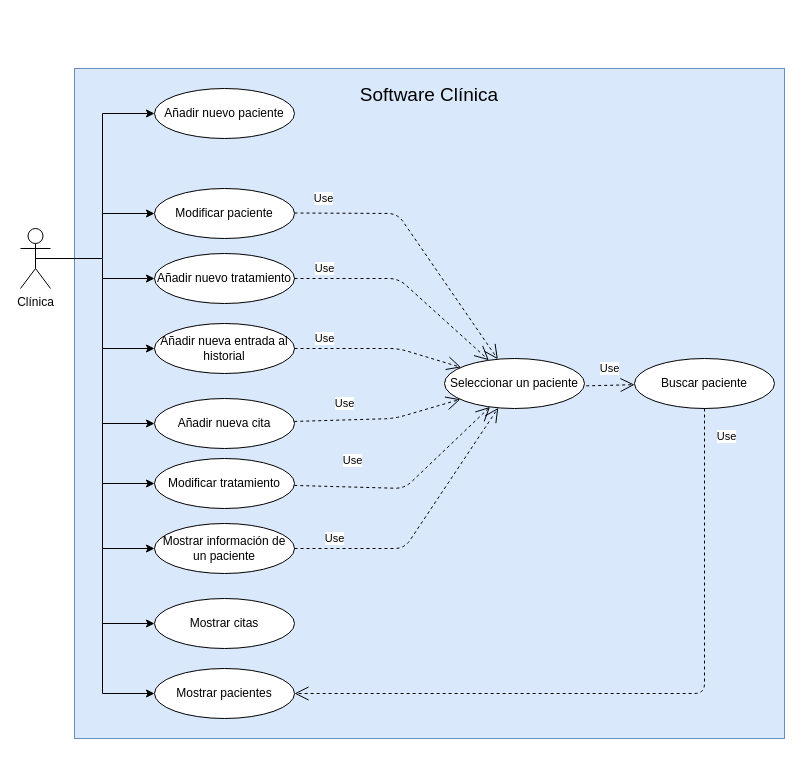
Earlier version of the draw.io diagram requisitos/casos_de_uso/DiagramaCasosDeUso.drawio (Jose134/is-clinica). Source tidied: cells renumbered, new cells numbered last; positions are measured from the earlier drawing's top-left corner, leaving out a move shared by most shapes. Both pictures are drawn from the tidied source at 100%, with x=0, y=0 at pixel (20, 68).
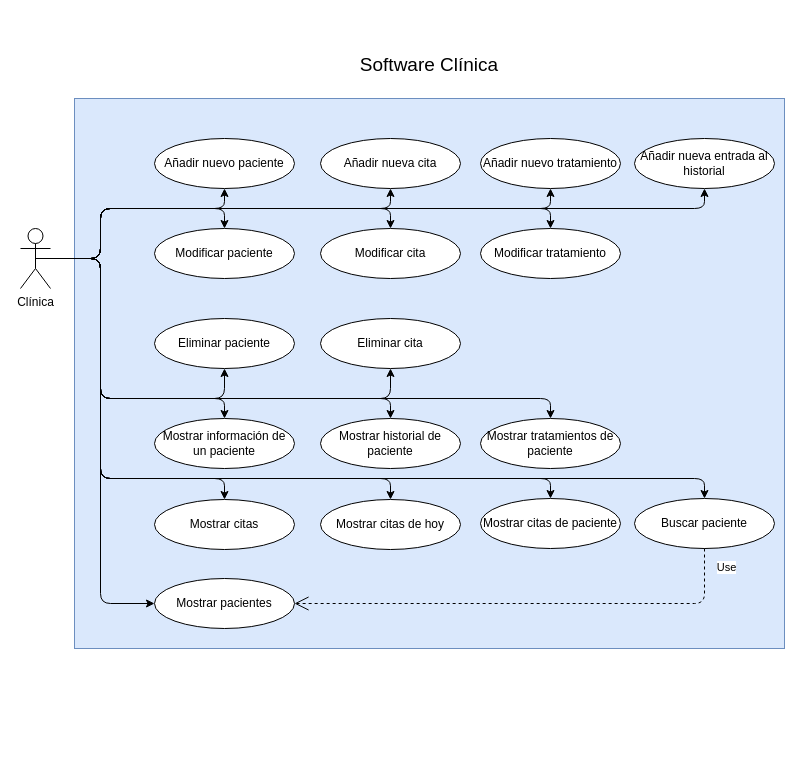
The same page after the edit.

Diff of the diagram source:
```diff
@@
     <mxCell id="2" value="&lt;div style=&quot;font-size: 19px ; line-height: 500%&quot; align=&quot;center&quot;&gt;Software Clínica&lt;/div&gt;&lt;div style=&quot;font-size: 19px ; line-height: 500%&quot; align=&quot;center&quot;&gt;&lt;br&gt;&lt;/div&gt;&lt;div style=&quot;font-size: 19px ; line-height: 500%&quot; align=&quot;center&quot;&gt;&lt;br&gt;&lt;/div&gt;&lt;div style=&quot;font-size: 19px ; line-height: 500%&quot; align=&quot;center&quot;&gt;&lt;br&gt;&lt;/div&gt;&lt;div style=&quot;font-size: 19px ; line-height: 500%&quot; align=&quot;center&quot;&gt;&lt;br&gt;&lt;/div&gt;&lt;div style=&quot;font-size: 19px ; line-height: 500%&quot; align=&quot;center&quot;&gt;&lt;br&gt;&lt;/div&gt;&lt;div style=&quot;font-size: 19px ; line-height: 250%&quot; align=&quot;center&quot;&gt;&lt;br&gt;&lt;/div&gt;&lt;div style=&quot;font-size: 19px ; line-height: 250%&quot; align=&quot;center&quot;&gt;&lt;br&gt;&lt;/div&gt;&lt;div style=&quot;font-size: 19px ; line-height: 250%&quot; align=&quot;center&quot;&gt;&lt;br&gt;&lt;/div&gt;" style="rounded=0;whiteSpace=wrap;html=1;fillColor=#dae8fc;strokeColor=#6c8ebf;align=center;" parent="1" vertex="1">
-      <mxGeometry x="54" width="710" height="670" as="geometry" />
+      <mxGeometry x="54" y="30" width="710" height="550" as="geometry" />
     </mxCell>
     <mxCell id="3" value="&lt;div&gt;Mostrar pacientes&lt;/div&gt;" style="ellipse;whiteSpace=wrap;html=1;" parent="1" vertex="1">
-      <mxGeometry x="134" y="600" width="140" height="50" as="geometry" />
+      <mxGeometry x="134" y="510" width="140" height="50" as="geometry" />
     </mxCell>
     <mxCell id="4" value="Añadir nuevo paciente" style="ellipse;whiteSpace=wrap;html=1;" parent="1" vertex="1">
-      <mxGeometry x="134" y="20" width="140" height="50" as="geometry" />
+      <mxGeometry x="134" y="70" width="140" height="50" as="geometry" />
     </mxCell>
     <mxCell id="5" value="&lt;div&gt;Añadir nueva cita&lt;/div&gt;" style="ellipse;whiteSpace=wrap;html=1;" parent="1" vertex="1">
-      <mxGeometry x="134" y="330" width="140" height="50" as="geometry" />
+      <mxGeometry x="300" y="70" width="140" height="50" as="geometry" />
     </mxCell>
     <mxCell id="6" value="Añadir nuevo tratamiento" style="ellipse;whiteSpace=wrap;html=1;" parent="1" vertex="1">
-      <mxGeometry x="134" y="185" width="140" height="50" as="geometry" />
+      <mxGeometry x="460" y="70" width="140" height="50" as="geometry" />
     </mxCell>
     <mxCell id="7" value="&lt;div&gt;Añadir nueva entrada al historial&lt;/div&gt;" style="ellipse;whiteSpace=wrap;html=1;" parent="1" vertex="1">
-      <mxGeometry x="134" y="255" width="140" height="50" as="geometry" />
+      <mxGeometry x="614" y="70" width="140" height="50" as="geometry" />
     </mxCell>
     <mxCell id="8" value="&lt;div&gt;Mostrar citas&lt;/div&gt;" style="ellipse;whiteSpace=wrap;html=1;" parent="1" vertex="1">
-      <mxGeometry x="134" y="530" width="140" height="50" as="geometry" />
+      <mxGeometry x="134" y="431" width="140" height="50" as="geometry" />
     </mxCell>
-    <mxCell id="9" value="Seleccionar un paciente" style="ellipse;whiteSpace=wrap;html=1;" parent="1" vertex="1">
-      <mxGeometry x="424" y="290" width="140" height="50" as="geometry" />
-    </mxCell>
     <mxCell id="10" value="Mostrar información de un paciente" style="ellipse;whiteSpace=wrap;html=1;" parent="1" vertex="1">
-      <mxGeometry x="134" y="455" width="140" height="50" as="geometry" />
+      <mxGeometry x="134" y="350" width="140" height="50" as="geometry" />
     </mxCell>
     <mxCell id="11" value="Modificar paciente" style="ellipse;whiteSpace=wrap;html=1;" parent="1" vertex="1">
-      <mxGeometry x="134" y="120" width="140" height="50" as="geometry" />
+      <mxGeometry x="134" y="160" width="140" height="50" as="geometry" />
     </mxCell>
     <mxCell id="12" value="Modificar tratamiento" style="ellipse;whiteSpace=wrap;html=1;" parent="1" vertex="1">
-      <mxGeometry x="134" y="390" width="140" height="50" as="geometry" />
+      <mxGeometry x="460" y="160" width="140" height="50" as="geometry" />
     </mxCell>
     <mxCell id="13" value="Buscar paciente" style="ellipse;whiteSpace=wrap;html=1;" parent="1" vertex="1">
-      <mxGeometry x="614" y="290" width="140" height="50" as="geometry" />
+      <mxGeometry x="614" y="430" width="140" height="50" as="geometry" />
     </mxCell>
+    <mxCell id="23" value="Clínica" style="shape=umlActor;verticalLabelPosition=bottom;labelBackgroundColor=#ffffff;verticalAlign=top;html=1;outlineConnect=0;" parent="1" vertex="1">
+      <mxGeometry y="160" width="30" height="60" as="geometry" />
+    </mxCell>
+    <mxCell id="31" value="Use" style="endArrow=open;endSize=12;dashed=1;html=1;entryX=1;entryY=0.5;entryDx=0;entryDy=0;" parent="1" edge="1" source="13" target="3">
+      <mxGeometry x="-0.92" y="22" relative="1" as="geometry">
+        <Array as="points">
+          <mxPoint x="684" y="535" />
+        </Array>
+      </mxGeometry>
+    </mxCell>
+    <mxCell id="32" value="&lt;div&gt;Modificar cita&lt;/div&gt;" style="ellipse;whiteSpace=wrap;html=1;" parent="1" vertex="1">
+      <mxGeometry x="300" y="160" width="140" height="50" as="geometry" />
+    </mxCell>
+    <mxCell id="33" value="&lt;div&gt;Mostrar citas de hoy&lt;/div&gt;" style="ellipse;whiteSpace=wrap;html=1;" parent="1" vertex="1">
+      <mxGeometry x="300" y="431" width="140" height="50" as="geometry" />
+    </mxCell>
+    <mxCell id="34" value="Mostrar citas de paciente" style="ellipse;whiteSpace=wrap;html=1;" parent="1" vertex="1">
+      <mxGeometry x="460" y="430" width="140" height="50" as="geometry" />
+    </mxCell>
+    <mxCell id="35" value="Mostrar tratamientos de paciente" style="ellipse;whiteSpace=wrap;html=1;" parent="1" vertex="1">
+      <mxGeometry x="460" y="350" width="140" height="50" as="geometry" />
+    </mxCell>
+    <mxCell id="36" value="Mostrar historial de paciente" style="ellipse;whiteSpace=wrap;html=1;" parent="1" vertex="1">
+      <mxGeometry x="300" y="350" width="140" height="50" as="geometry" />
+    </mxCell>
+    <mxCell id="37" value="Eliminar cita" style="ellipse;whiteSpace=wrap;html=1;" parent="1" vertex="1">
+      <mxGeometry x="300" y="250" width="140" height="50" as="geometry" />
+    </mxCell>
+    <mxCell id="38" value="Eliminar paciente" style="ellipse;whiteSpace=wrap;html=1;" parent="1" vertex="1">
+      <mxGeometry x="134" y="250" width="140" height="50" as="geometry" />
+    </mxCell>
-    <mxCell id="14" style="edgeStyle=orthogonalEdgeStyle;rounded=0;jettySize=auto;html=1;exitX=0.5;exitY=0.5;exitDx=0;exitDy=0;exitPerimeter=0;entryX=0;entryY=0.5;entryDx=0;entryDy=0;" parent="1" edge="1" source="23" target="4">
-      <mxGeometry relative="1" as="geometry" />
+    <mxCell id="14" style="endArrow=classic;html=1;exitX=0.5;exitY=0.5;exitDx=0;exitDy=0;exitPerimeter=0;entryX=0.5;entryY=1;entryDx=0;entryDy=0;" parent="1" edge="1" source="23" target="4">
+      <mxGeometry relative="1" as="geometry">
+        <Array as="points">
+          <mxPoint x="80" y="190" />
+          <mxPoint x="80" y="140" />
+          <mxPoint x="204" y="140" />
+        </Array>
+      </mxGeometry>
     </mxCell>
-    <mxCell id="15" style="edgeStyle=orthogonalEdgeStyle;rounded=0;jettySize=auto;html=1;exitX=0.5;exitY=0.5;exitDx=0;exitDy=0;exitPerimeter=0;" parent="1" edge="1" source="23" target="11">
-      <mxGeometry relative="1" as="geometry" />
+    <mxCell id="15" style="endArrow=classic;html=1;exitX=0.5;exitY=0.5;exitDx=0;exitDy=0;exitPerimeter=0;entryX=0.5;entryY=0;entryDx=0;entryDy=0;" parent="1" edge="1" source="23" target="11">
+      <mxGeometry relative="1" as="geometry">
+        <Array as="points">
+          <mxPoint x="80" y="190" />
+          <mxPoint x="80" y="140" />
+          <mxPoint x="204" y="140" />
+        </Array>
+      </mxGeometry>
     </mxCell>
+    <mxCell id="18" style="endArrow=classic;html=1;exitX=0.5;exitY=0.5;exitDx=0;exitDy=0;exitPerimeter=0;entryX=0.5;entryY=1;entryDx=0;entryDy=0;" parent="1" edge="1" source="23" target="5">
+      <mxGeometry relative="1" as="geometry">
+        <Array as="points">
+          <mxPoint x="80" y="190" />
+          <mxPoint x="80" y="140" />
+          <mxPoint x="370" y="140" />
+        </Array>
+      </mxGeometry>
+    </mxCell>
+    <mxCell id="39" style="endArrow=classic;html=1;exitX=0.5;exitY=0.5;exitDx=0;exitDy=0;exitPerimeter=0;entryX=0.5;entryY=0;entryDx=0;entryDy=0;" parent="1" edge="1" source="23" target="32">
+      <mxGeometry relative="1" as="geometry">
+        <Array as="points">
+          <mxPoint x="80" y="190" />
+          <mxPoint x="80" y="140" />
+          <mxPoint x="370" y="140" />
+        </Array>
+      </mxGeometry>
+    </mxCell>
+    <mxCell id="40" style="endArrow=classic;html=1;exitX=0.5;exitY=0.5;exitDx=0;exitDy=0;exitPerimeter=0;entryX=0.5;entryY=0;entryDx=0;entryDy=0;" parent="1" edge="1" target="12">
+      <mxGeometry relative="1" as="geometry">
+        <mxPoint x="15" y="190" as="sourcePoint" />
+        <Array as="points">
+          <mxPoint x="80" y="190" />
+          <mxPoint x="80" y="140" />
+          <mxPoint x="530" y="140" />
+        </Array>
+      </mxGeometry>
+    </mxCell>
-    <mxCell id="16" style="edgeStyle=orthogonalEdgeStyle;rounded=0;jettySize=auto;html=1;exitX=0.5;exitY=0.5;exitDx=0;exitDy=0;exitPerimeter=0;entryX=0;entryY=0.5;entryDx=0;entryDy=0;" parent="1" edge="1" source="23" target="6">
-      <mxGeometry relative="1" as="geometry" />
+    <mxCell id="16" style="endArrow=classic;html=1;exitX=0.5;exitY=0.5;exitDx=0;exitDy=0;exitPerimeter=0;entryX=0.5;entryY=1;entryDx=0;entryDy=0;" parent="1" edge="1" source="23" target="6">
+      <mxGeometry relative="1" as="geometry">
+        <Array as="points">
+          <mxPoint x="80" y="190" />
+          <mxPoint x="80" y="140" />
+          <mxPoint x="530" y="140" />
+        </Array>
+      </mxGeometry>
     </mxCell>
-    <mxCell id="17" style="edgeStyle=orthogonalEdgeStyle;rounded=0;jettySize=auto;html=1;exitX=0.5;exitY=0.5;exitDx=0;exitDy=0;exitPerimeter=0;entryX=0;entryY=0.5;entryDx=0;entryDy=0;" parent="1" edge="1" source="23" target="7">
-      <mxGeometry relative="1" as="geometry" />
+    <mxCell id="17" style="endArrow=classic;html=1;entryX=0.5;entryY=1;entryDx=0;entryDy=0;exitX=0.5;exitY=0.5;exitDx=0;exitDy=0;exitPerimeter=0;" parent="1" edge="1" source="23" target="7">
+      <mxGeometry relative="1" as="geometry">
+        <Array as="points">
+          <mxPoint x="80" y="190" />
+          <mxPoint x="80" y="140" />
+          <mxPoint x="684" y="140" />
+        </Array>
+      </mxGeometry>
     </mxCell>
-    <mxCell id="18" style="edgeStyle=orthogonalEdgeStyle;rounded=0;jettySize=auto;html=1;exitX=0.5;exitY=0.5;exitDx=0;exitDy=0;exitPerimeter=0;entryX=0;entryY=0.5;entryDx=0;entryDy=0;" parent="1" edge="1" source="23" target="5">
-      <mxGeometry relative="1" as="geometry" />
-    </mxCell>
-    <mxCell id="19" style="edgeStyle=orthogonalEdgeStyle;rounded=0;jettySize=auto;html=1;exitX=0.5;exitY=0.5;exitDx=0;exitDy=0;exitPerimeter=0;entryX=0;entryY=0.5;entryDx=0;entryDy=0;" parent="1" edge="1" source="23" target="12">
-      <mxGeometry relative="1" as="geometry" />
-    </mxCell>
+    <mxCell id="22" style="endArrow=classic;html=1;exitX=0.5;exitY=0.5;exitDx=0;exitDy=0;exitPerimeter=0;entryX=0;entryY=0.5;entryDx=0;entryDy=0;" parent="1" edge="1" source="23" target="3">
+      <mxGeometry relative="1" as="geometry">
+        <Array as="points">
+          <mxPoint x="80" y="190" />
+          <mxPoint x="80" y="535" />
+        </Array>
+      </mxGeometry>
+    </mxCell>
+    <mxCell id="41" style="endArrow=classic;html=1;entryX=0.5;entryY=1;entryDx=0;entryDy=0;exitX=0.5;exitY=0.5;exitDx=0;exitDy=0;exitPerimeter=0;" parent="1" edge="1" source="23" target="38">
+      <mxGeometry relative="1" as="geometry">
+        <Array as="points">
+          <mxPoint x="80" y="190" />
+          <mxPoint x="80" y="330" />
+          <mxPoint x="204" y="330" />
+        </Array>
+      </mxGeometry>
+    </mxCell>
-    <mxCell id="20" style="edgeStyle=orthogonalEdgeStyle;rounded=0;jettySize=auto;html=1;exitX=0.5;exitY=0.5;exitDx=0;exitDy=0;exitPerimeter=0;entryX=0;entryY=0.5;entryDx=0;entryDy=0;" parent="1" edge="1" source="23" target="10">
-      <mxGeometry relative="1" as="geometry" />
+    <mxCell id="20" style="endArrow=classic;html=1;exitX=0.5;exitY=0.5;exitDx=0;exitDy=0;exitPerimeter=0;entryX=0.5;entryY=0;entryDx=0;entryDy=0;" parent="1" edge="1" source="23" target="10">
+      <mxGeometry relative="1" as="geometry">
+        <Array as="points">
+          <mxPoint x="80" y="190" />
+          <mxPoint x="80" y="330" />
+          <mxPoint x="204" y="330" />
+        </Array>
+      </mxGeometry>
     </mxCell>
+    <mxCell id="42" style="endArrow=classic;html=1;entryX=0.5;entryY=1;entryDx=0;entryDy=0;exitX=0.5;exitY=0.5;exitDx=0;exitDy=0;exitPerimeter=0;" parent="1" edge="1" source="23" target="37">
+      <mxGeometry relative="1" as="geometry">
+        <Array as="points">
+          <mxPoint x="80" y="190" />
+          <mxPoint x="80" y="330" />
+          <mxPoint x="370" y="330" />
+        </Array>
+      </mxGeometry>
+    </mxCell>
+    <mxCell id="43" style="endArrow=classic;html=1;entryX=0.5;entryY=0;entryDx=0;entryDy=0;exitX=0.5;exitY=0.5;exitDx=0;exitDy=0;exitPerimeter=0;" parent="1" edge="1" source="23" target="36">
+      <mxGeometry relative="1" as="geometry">
+        <Array as="points">
+          <mxPoint x="80" y="190" />
+          <mxPoint x="80" y="330" />
+          <mxPoint x="370" y="330" />
+        </Array>
+      </mxGeometry>
+    </mxCell>
+    <mxCell id="44" style="endArrow=classic;html=1;entryX=0.5;entryY=0;entryDx=0;entryDy=0;exitX=0.5;exitY=0.5;exitDx=0;exitDy=0;exitPerimeter=0;" parent="1" edge="1" source="23" target="35">
+      <mxGeometry relative="1" as="geometry">
+        <Array as="points">
+          <mxPoint x="80" y="190" />
+          <mxPoint x="80" y="330" />
+          <mxPoint x="530" y="330" />
+        </Array>
+      </mxGeometry>
+    </mxCell>
-    <mxCell id="21" style="edgeStyle=orthogonalEdgeStyle;rounded=0;jettySize=auto;html=1;exitX=0.5;exitY=0.5;exitDx=0;exitDy=0;exitPerimeter=0;entryX=0;entryY=0.5;entryDx=0;entryDy=0;" parent="1" edge="1" source="23" target="8">
-      <mxGeometry relative="1" as="geometry" />
+    <mxCell id="21" style="endArrow=classic;html=1;entryX=0.5;entryY=0;entryDx=0;entryDy=0;exitX=0.5;exitY=0.5;exitDx=0;exitDy=0;exitPerimeter=0;" parent="1" edge="1" source="23" target="8">
+      <mxGeometry relative="1" as="geometry">
+        <Array as="points">
+          <mxPoint x="80" y="190" />
+          <mxPoint x="80" y="410" />
+          <mxPoint x="204" y="410" />
+        </Array>
+      </mxGeometry>
     </mxCell>
-    <mxCell id="22" style="edgeStyle=orthogonalEdgeStyle;rounded=0;jettySize=auto;html=1;exitX=0.5;exitY=0.5;exitDx=0;exitDy=0;exitPerimeter=0;entryX=0;entryY=0.5;entryDx=0;entryDy=0;" parent="1" edge="1" source="23" target="3">
-      <mxGeometry relative="1" as="geometry" />
-    </mxCell>
-    <mxCell id="23" value="Clínica" style="shape=umlActor;verticalLabelPosition=bottom;labelBackgroundColor=#ffffff;verticalAlign=top;html=1;outlineConnect=0;" parent="1" vertex="1">
-      <mxGeometry y="160" width="30" height="60" as="geometry" />
-    </mxCell>
-    <mxCell id="24" value="Use" style="endArrow=open;endSize=12;dashed=1;html=1;" parent="1" edge="1" target="9">
-      <mxGeometry x="-0.79" y="15" relative="1" as="geometry">
-        <mxPoint x="274" y="144.5" as="sourcePoint" />
-        <Array as="points">
-          <mxPoint x="377" y="145" />
-        </Array>
-      </mxGeometry>
-    </mxCell>
-    <mxCell id="25" value="Use" style="endArrow=open;endSize=12;dashed=1;html=1;" parent="1" edge="1" source="6" target="9">
-      <mxGeometry x="-0.73" y="10" relative="1" as="geometry">
-        <Array as="points">
-          <mxPoint x="378" y="210" />
-        </Array>
-      </mxGeometry>
-    </mxCell>
-    <mxCell id="26" value="Use" style="endArrow=open;endSize=12;dashed=1;html=1;exitX=1;exitY=0.5;exitDx=0;exitDy=0;" parent="1" edge="1" source="7" target="9">
-      <mxGeometry x="-0.65" y="10" relative="1" as="geometry">
-        <Array as="points">
-          <mxPoint x="378" y="280" />
-        </Array>
-      </mxGeometry>
-    </mxCell>
-    <mxCell id="27" value="Use" style="endArrow=open;endSize=12;dashed=1;html=1;" parent="1" edge="1" source="5" target="9">
-      <mxGeometry x="0.17" y="75" relative="1" as="geometry">
-        <Array as="points">
-          <mxPoint x="374" y="350" />
-        </Array>
-        <mxPoint x="-47" y="60" as="offset" />
-      </mxGeometry>
-    </mxCell>
-    <mxCell id="28" value="Use" style="endArrow=open;endSize=12;dashed=1;html=1;" parent="1" edge="1" source="12" target="9">
-      <mxGeometry x="0.03" y="63" relative="1" as="geometry">
-        <Array as="points">
-          <mxPoint x="384" y="420" />
-        </Array>
-        <mxPoint x="-14" y="23" as="offset" />
-      </mxGeometry>
-    </mxCell>
-    <mxCell id="29" value="Use" style="endArrow=open;endSize=12;dashed=1;html=1;exitX=1;exitY=0.5;exitDx=0;exitDy=0;" parent="1" edge="1" source="10" target="9">
-      <mxGeometry x="-0.71" y="10" relative="1" as="geometry">
-        <Array as="points">
-          <mxPoint x="384" y="480" />
-        </Array>
-      </mxGeometry>
-    </mxCell>
-    <mxCell id="30" value="Use" style="endArrow=open;endSize=12;dashed=1;html=1;exitX=1.012;exitY=0.547;exitDx=0;exitDy=0;exitPerimeter=0;" parent="1" edge="1" source="9" target="13">
-      <mxGeometry x="-0.02" y="17" relative="1" as="geometry" />
-    </mxCell>
-    <mxCell id="31" value="Use" style="endArrow=open;endSize=12;dashed=1;html=1;entryX=1;entryY=0.5;entryDx=0;entryDy=0;" parent="1" edge="1" source="13" target="3">
-      <mxGeometry x="-0.92" y="22" relative="1" as="geometry">
-        <Array as="points">
-          <mxPoint x="684" y="625" />
-        </Array>
-      </mxGeometry>
-    </mxCell>
+    <mxCell id="45" style="endArrow=classic;html=1;entryX=0.5;entryY=0;entryDx=0;entryDy=0;exitX=0.5;exitY=0.5;exitDx=0;exitDy=0;exitPerimeter=0;" parent="1" edge="1" source="23" target="33">
+      <mxGeometry relative="1" as="geometry">
+        <Array as="points">
+          <mxPoint x="80" y="190" />
+          <mxPoint x="80" y="410" />
+          <mxPoint x="370" y="410" />
+        </Array>
+      </mxGeometry>
+    </mxCell>
+    <mxCell id="46" style="endArrow=classic;html=1;entryX=0.5;entryY=0;entryDx=0;entryDy=0;exitX=0.5;exitY=0.5;exitDx=0;exitDy=0;exitPerimeter=0;" parent="1" edge="1" source="23" target="34">
+      <mxGeometry relative="1" as="geometry">
+        <Array as="points">
+          <mxPoint x="80" y="190" />
+          <mxPoint x="80" y="410" />
+          <mxPoint x="530" y="410" />
+        </Array>
+      </mxGeometry>
+    </mxCell>
+    <mxCell id="47" style="endArrow=classic;html=1;entryX=0.5;entryY=0;entryDx=0;entryDy=0;exitX=0.5;exitY=0.5;exitDx=0;exitDy=0;exitPerimeter=0;" parent="1" edge="1" source="23" target="13">
+      <mxGeometry relative="1" as="geometry">
+        <Array as="points">
+          <mxPoint x="80" y="190" />
+          <mxPoint x="80" y="410" />
+          <mxPoint x="684" y="410" />
+        </Array>
+      </mxGeometry>
+    </mxCell>
```
